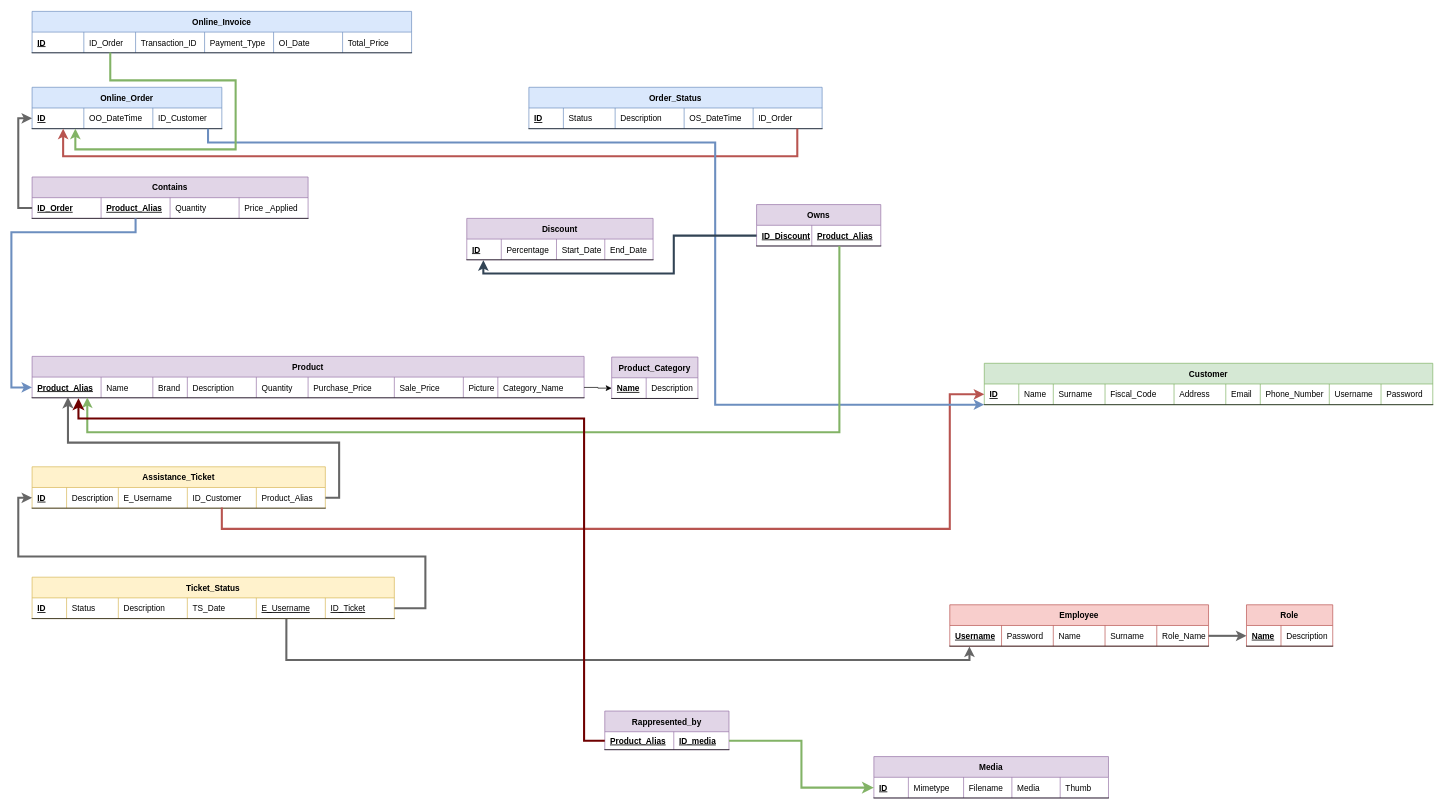
Above: Homework1/Schemas/LogicRS_modified.drawio in simonebastasin/Web-Applications-Project (draw.io), before the change. Source tidied: cells renumbered, new cells numbered last; positions are measured from the earlier drawing's top-left corner, leaving out a move shared by most shapes. Both pictures are drawn from the tidied source at 69%, with x=0, y=0 at pixel (11, 11).
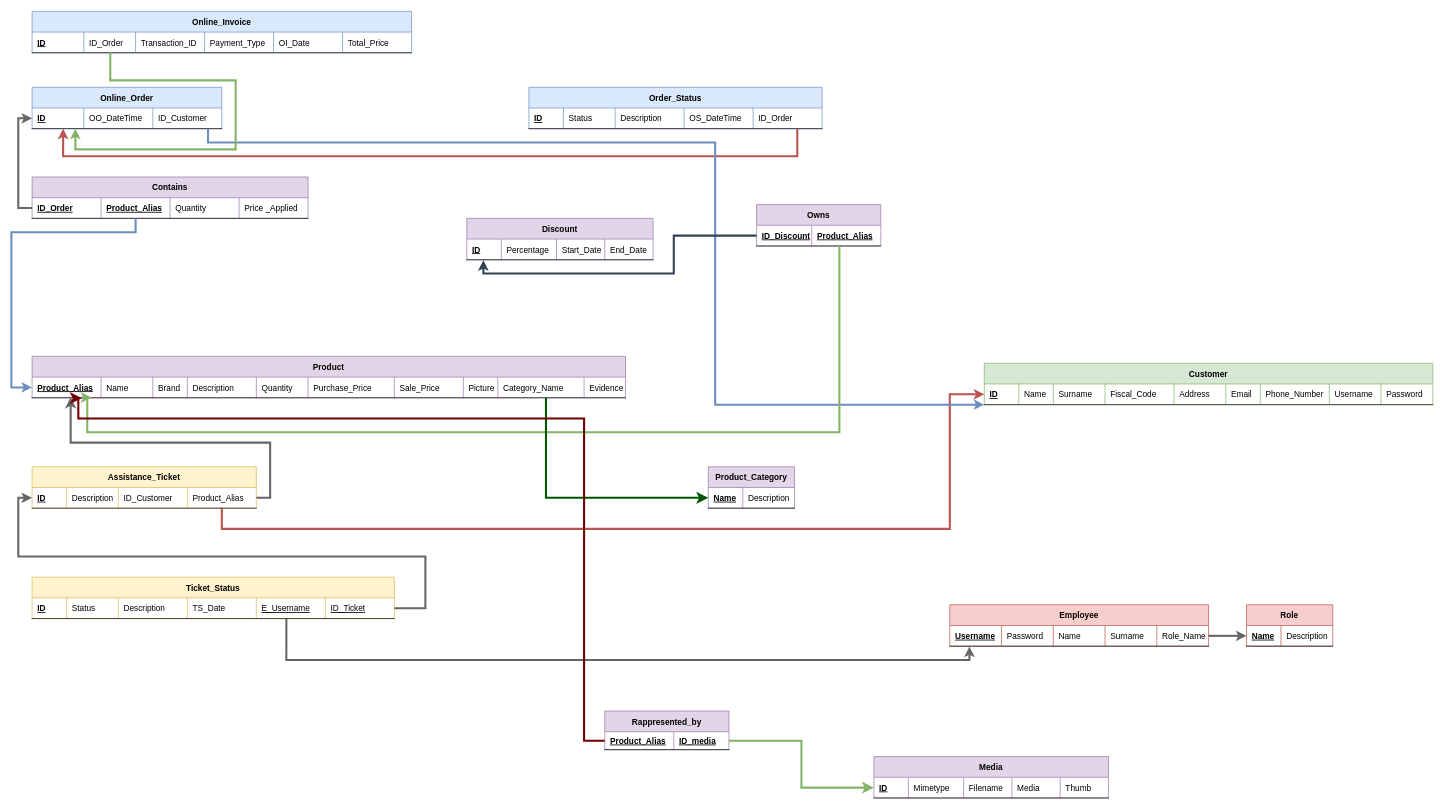
The same page after the edit.

Unchanged cells that the change refers to:
```xml
<mxCell id="40" style="shape=partialRectangle;fillColor=none;top=0;left=0;bottom=1;right=0;points=[[0,0.5],[1,0.5]];portConstraint=eastwest;" parent="39" vertex="1">
  <mxGeometry y="30" width="125" height="30" as="geometry" />
</mxCell>
```

The edit, as a diff of the source:
```diff
@@
     <mxCell id="13" value="Assistance_Ticket" style="shape=table;startSize=30;childLayout=tableLayout;rowLines=0;fontStyle=1;align=center;fillColor=#fff2cc;strokeColor=#d6b656;" parent="1" vertex="1">
-      <mxGeometry x="30" y="660" width="425" height="60" as="geometry" />
+      <mxGeometry x="30" y="660" width="325" height="60" as="geometry" />
     </mxCell>
     <mxCell id="14" style="shape=partialRectangle;fillColor=none;top=0;left=0;bottom=1;right=0;points=[[0,0.5],[1,0.5]];portConstraint=eastwest;" parent="13" vertex="1">
-      <mxGeometry y="30" width="425" height="30" as="geometry" />
+      <mxGeometry y="30" width="325" height="30" as="geometry" />
     </mxCell>
@@
-    <mxCell id="17" value="E_Username" style="shape=partialRectangle;fillColor=none;top=0;left=0;bottom=0;right=0;align=left;spacingLeft=6;fontStyle=0;overflow=hidden;" parent="14" vertex="1">
-      <mxGeometry x="125" width="100" height="30" as="geometry" />
-    </mxCell>
     <mxCell id="18" value="ID_Customer" style="shape=partialRectangle;fillColor=none;top=0;left=0;bottom=0;right=0;align=left;spacingLeft=6;fontStyle=0;overflow=hidden;" parent="14" vertex="1">
-      <mxGeometry x="225" width="100" height="30" as="geometry" />
+      <mxGeometry x="125" width="100" height="30" as="geometry" />
     </mxCell>
     <mxCell id="19" value="Product_Alias" style="shape=partialRectangle;fillColor=none;top=0;left=0;bottom=0;right=0;align=left;spacingLeft=6;fontStyle=0;overflow=hidden;" parent="14" vertex="1">
-      <mxGeometry x="325" width="100" height="30" as="geometry" />
+      <mxGeometry x="225" width="100" height="30" as="geometry" />
     </mxCell>
@@
     <mxCell id="28" value="Product" style="shape=table;startSize=30;childLayout=tableLayout;rowLines=0;fontStyle=1;align=center;fillColor=#e1d5e7;strokeColor=#9673a6;" parent="1" vertex="1">
-      <mxGeometry x="30" y="500" width="800" height="60" as="geometry" />
+      <mxGeometry x="30" y="500" width="860" height="60" as="geometry" />
     </mxCell>
     <mxCell id="29" style="shape=partialRectangle;fillColor=none;top=0;left=0;bottom=1;right=0;points=[[0,0.5],[1,0.5]];portConstraint=eastwest;" parent="28" vertex="1">
-      <mxGeometry y="30" width="800" height="30" as="geometry" />
+      <mxGeometry y="30" width="860" height="30" as="geometry" />
     </mxCell>
@@
+    <mxCell id="116" value="Evidence" style="shape=partialRectangle;fillColor=none;top=0;left=0;bottom=0;right=0;align=left;spacingLeft=6;fontStyle=0;overflow=hidden;" parent="29" vertex="1">
+      <mxGeometry x="800" width="60" height="30" as="geometry" />
+    </mxCell>
     <mxCell id="39" value="Product_Category" style="shape=table;startSize=30;childLayout=tableLayout;rowLines=0;fontStyle=1;align=center;fillColor=#e1d5e7;strokeColor=#9673a6;" parent="1" vertex="1">
-      <mxGeometry x="870" y="501" width="125" height="60" as="geometry" />
+      <mxGeometry x="1010" y="660" width="125" height="60" as="geometry" />
     </mxCell>
@@
-    <mxCell id="101" style="edgeStyle=orthogonalEdgeStyle;rounded=0;jettySize=auto;html=1;entryX=0;entryY=0.5;entryDx=0;entryDy=0;" parent="1" edge="1" source="29" target="40">
+    <mxCell id="101" style="edgeStyle=orthogonalEdgeStyle;rounded=0;jettySize=auto;html=1;entryX=0;entryY=0.5;entryDx=0;entryDy=0;exitX=0.866;exitY=0.995;exitDx=0;exitDy=0;exitPerimeter=0;strokeColor=#005700;strokeWidth=3;fillColor=#008a00;endSize=8;" parent="1" edge="1" source="29" target="40">
       <mxGeometry relative="1" as="geometry" />
     </mxCell>
```
